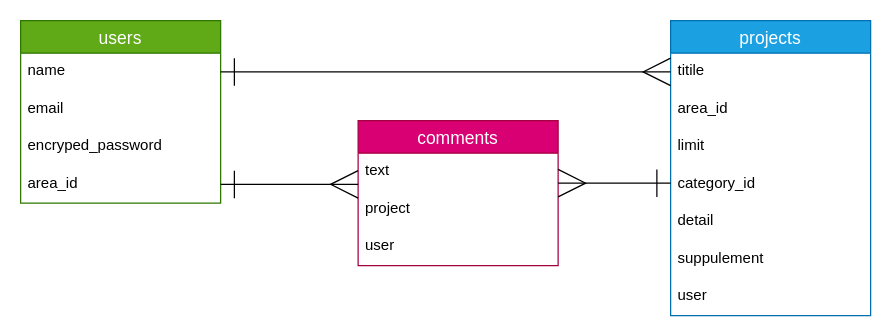
Earlier version of the draw.io diagram er.dio (mocchirihamu/assistapp). Source tidied: cells renumbered, new cells numbered last; positions are measured from the earlier drawing's top-left corner, leaving out a move shared by most shapes. Both pictures are drawn from the tidied source at 125%, with x=0, y=0 at pixel (20, 20).
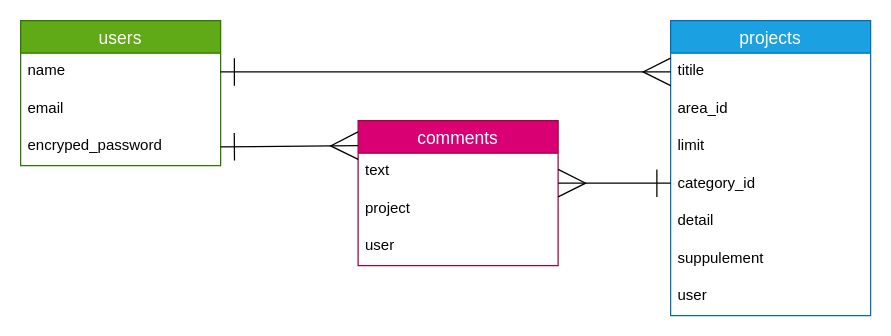
Above is the later version.

Unchanged cells that the change refers to:
```xml
<mxCell id="5" value="encryped_password" style="text;strokeColor=none;fillColor=none;spacingLeft=4;spacingRight=4;overflow=hidden;points=[[0,0.5],[1,0.5]];portConstraint=eastwest;fontSize=12;" parent="2" vertex="1">
  <mxGeometry y="86" width="160" height="30" as="geometry" />
</mxCell>
<mxCell id="16" value="text&#10;" style="text;strokeColor=none;fillColor=none;spacingLeft=4;spacingRight=4;overflow=hidden;points=[[0,0.5],[1,0.5]];portConstraint=eastwest;fontSize=12;" parent="15" vertex="1">
  <mxGeometry y="26" width="160" height="30" as="geometry" />
</mxCell>
```

The edit, as a diff of the source:
```diff
@@
     <mxCell id="2" value="users" style="swimlane;fontStyle=0;horizontal=1;startSize=26;align=center;fontSize=14;fillColor=#60a917;fontColor=#ffffff;strokeColor=#2D7600;" parent="1" vertex="1">
-      <mxGeometry width="160" height="146" as="geometry" />
+      <mxGeometry width="160" height="116" as="geometry" />
     </mxCell>
@@
-    <mxCell id="6" value="area_id" style="text;strokeColor=none;fillColor=none;spacingLeft=4;spacingRight=4;overflow=hidden;points=[[0,0.5],[1,0.5]];portConstraint=eastwest;fontSize=12;" parent="2" vertex="1">
-      <mxGeometry y="116" width="160" height="30" as="geometry" />
-    </mxCell>
@@
-    <mxCell id="20" style="edgeStyle=none;html=1;exitX=1;exitY=0.5;exitDx=0;exitDy=0;entryX=0;entryY=0.833;entryDx=0;entryDy=0;entryPerimeter=0;startArrow=ERone;startFill=0;endArrow=ERmany;endFill=0;startSize=20;endSize=20;" parent="1" edge="1" source="6" target="16">
-      <mxGeometry relative="1" as="geometry" />
+    <mxCell id="20" style="edgeStyle=none;html=1;exitX=1;exitY=0.5;exitDx=0;exitDy=0;startArrow=ERone;startFill=0;endArrow=ERmany;endFill=0;startSize=20;endSize=20;" parent="1" edge="1" source="5">
+      <mxGeometry relative="1" as="geometry">
+        <mxPoint x="270" y="100" as="targetPoint" />
+      </mxGeometry>
     </mxCell>
```
